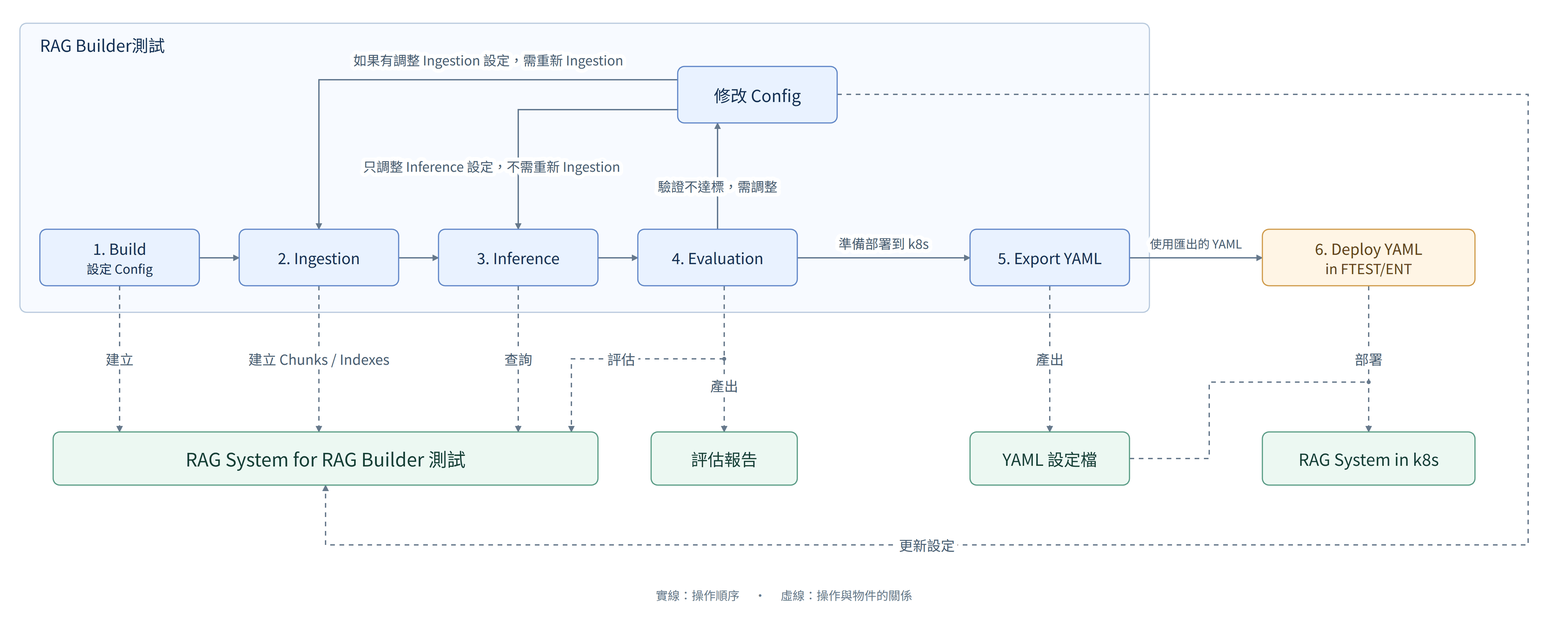
The Mermaid diagram diagrams/01_user_system_l1.png in SunnyWenwen/rag_platform, before a commit. Its source is kept beside it as diagrams/01_user_system_l1.mmd.
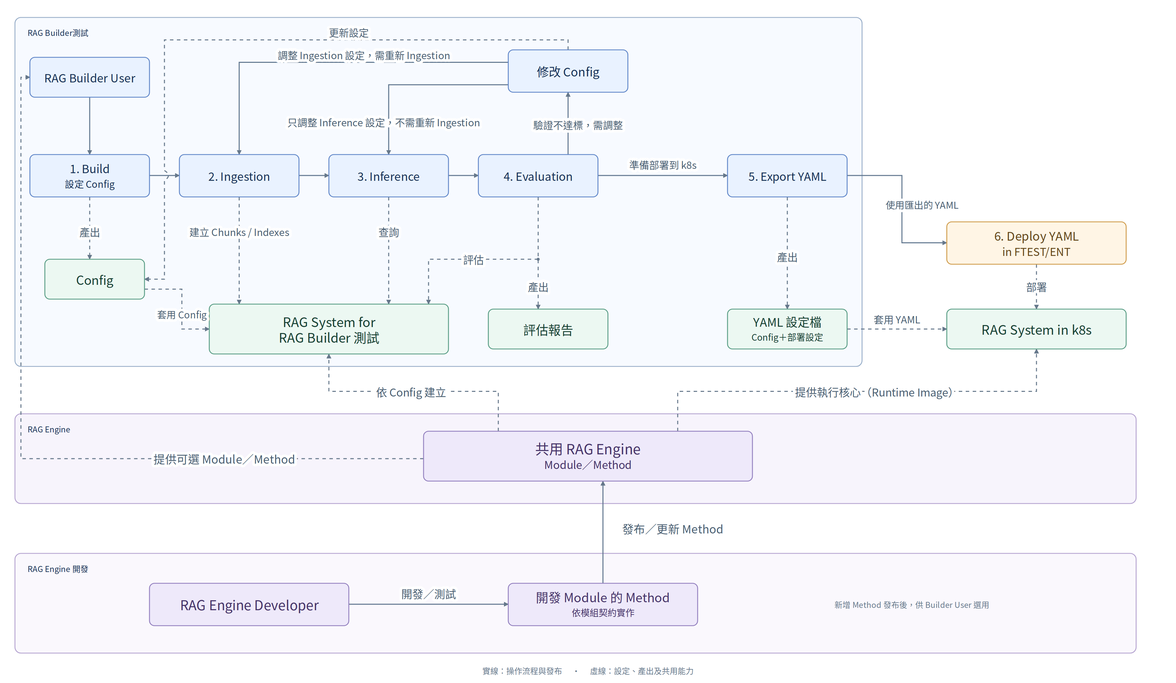
The same diagram one commit later.

Commit message:
docs: add shared engine and method development to L1 flow

The edit, as a diff of the source:
```diff
@@ -1,40 +1,57 @@
-flowchart LR
+flowchart TB
     subgraph BUILDER["RAG Builder測試"]
         direction LR
-        B["1. Build（設定 Config）"] --> I["2. Ingestion"]
+        U["RAG Builder User"] --> B["1. Build（設定 Config）"]
+        B --> I["2. Ingestion"]
         I --> Q["3. Inference"]
         Q --> E["4. Evaluation"]
         E -->|準備部署到 k8s| X["5. Export YAML"]
         E -->|驗證不達標，需調整| C["修改 Config"]
-        C -->|如果有調整 Ingestion 設定，需重新 Ingestion| I
+        C -->|調整 Ingestion 設定，需重新 Ingestion| I
         C -->|只調整 Inference 設定，不需重新 Ingestion| Q
+
+        F["Config"]
+        S["RAG System for RAG Builder 測試"]
+        R["評估報告"]
+        Y["YAML 設定檔（Config＋部署設定）"]
+
+        B -. 產出 .-> F
+        C -. 更新設定 .-> F
+        F -. 套用 Config .-> S
+        I -. "建立 Chunks / Indexes" .-> S
+        Q -. 查詢 .-> S
+        E -. 評估 .-> S
+        E -. 產出 .-> R
+        X -. 產出 .-> Y
     end
 
     D["6. Deploy YAML in FTEST/ENT"]
+    K["RAG System in k8s"]
     X -->|使用匯出的 YAML| D
+    D -. 部署 .-> K
+    Y -. 套用 YAML .-> K
 
-    K["RAG System in k8s"]
-    D -. 部署 .-> K
+    subgraph ENGINE["RAG Engine"]
+        GE["共用 RAG Engine（Module／Method）"]
+    end
+    GE -. 依 Config 建立 .-> S
+    GE -. "提供執行核心（Runtime Image）" .-> K
+    GE -. "提供可選 Module／Method" .-> U
 
-    S["RAG System for RAG Builder 測試"]
-    R["評估報告"]
-    Y["YAML 設定檔"]
-
-    B -. 建立 .-> S
-    I -. "建立 Chunks / Indexes" .-> S
-    Q -. 查詢 .-> S
-    E -. 評估 .-> S
-    C -. 更新設定 .-> S
-
-    E -. 產出 .-> R
-    X -. 產出 .-> Y
-    Y -.-> K
+    subgraph DEVELOPMENT["RAG Engine 開發"]
+        direction LR
+        DEV["RAG Engine Developer"] -->|開發／測試| M["開發 Module 的 Method"]
+    end
+    M -->|發布／更新 Method| GE
 
     classDef user fill:#e9f2ff,stroke:#6086c8,color:#143054
     classDef system fill:#ecf8f2,stroke:#599d85,color:#153f32
-    class B,I,Q,E,X,C user
-    class S,R,Y,K system
-
     classDef deploy fill:#fff5e5,stroke:#cf9b4a,color:#624516
+    classDef engine fill:#eee9fa,stroke:#9380bf,color:#443267
+    class B,I,Q,E,X,C,U user
+    class F,S,R,Y,K system
     class D deploy
+    class GE,DEV,M engine
     style BUILDER fill:#f7faff,stroke:#9aafc9
+    style ENGINE fill:#f7f4fc,stroke:#b5a4d0
+    style DEVELOPMENT fill:#faf8fd,stroke:#b5a4d0
```
